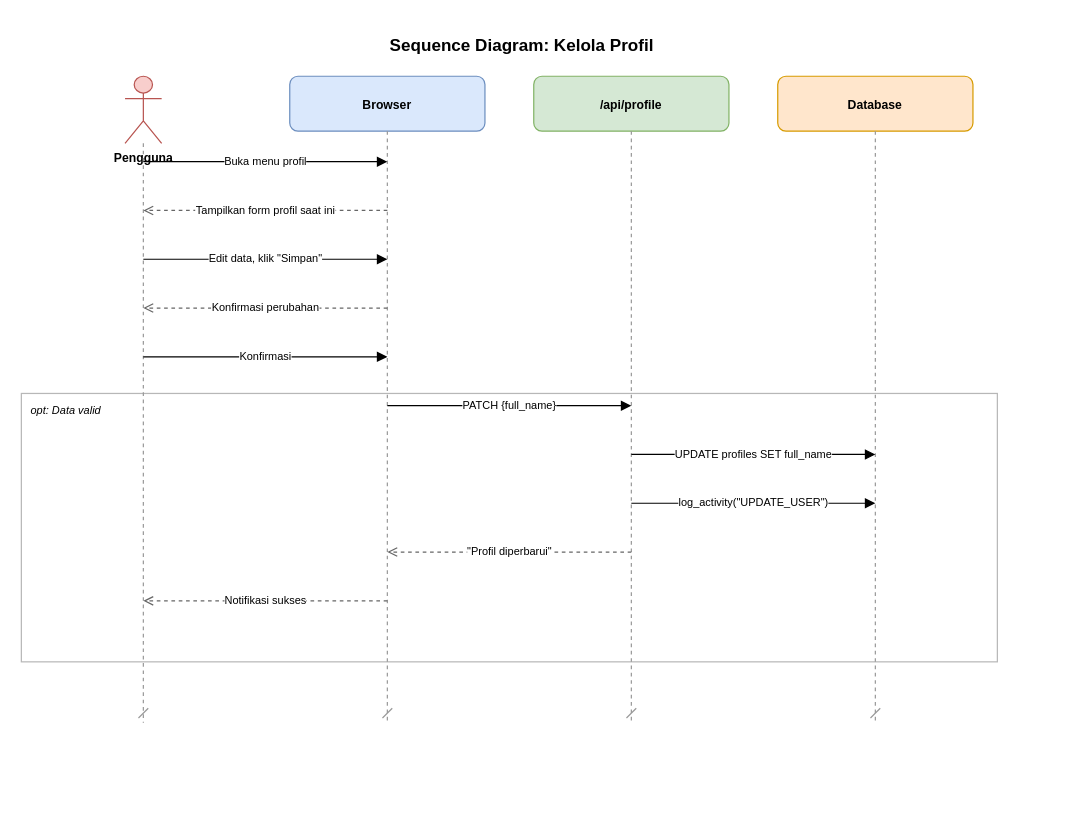
This is docs/diagrams/sequence/05-sq-kelola-profil.drawio from RyanGLoomy/terminal-iwkbu, a draw.io file, before an edit. Source tidied: cells renumbered, new cells numbered last; positions are measured from the earlier drawing's top-left corner, leaving out a move shared by most shapes. Both pictures are drawn from the tidied source at 122%, with x=0, y=0 at pixel (21, 27).
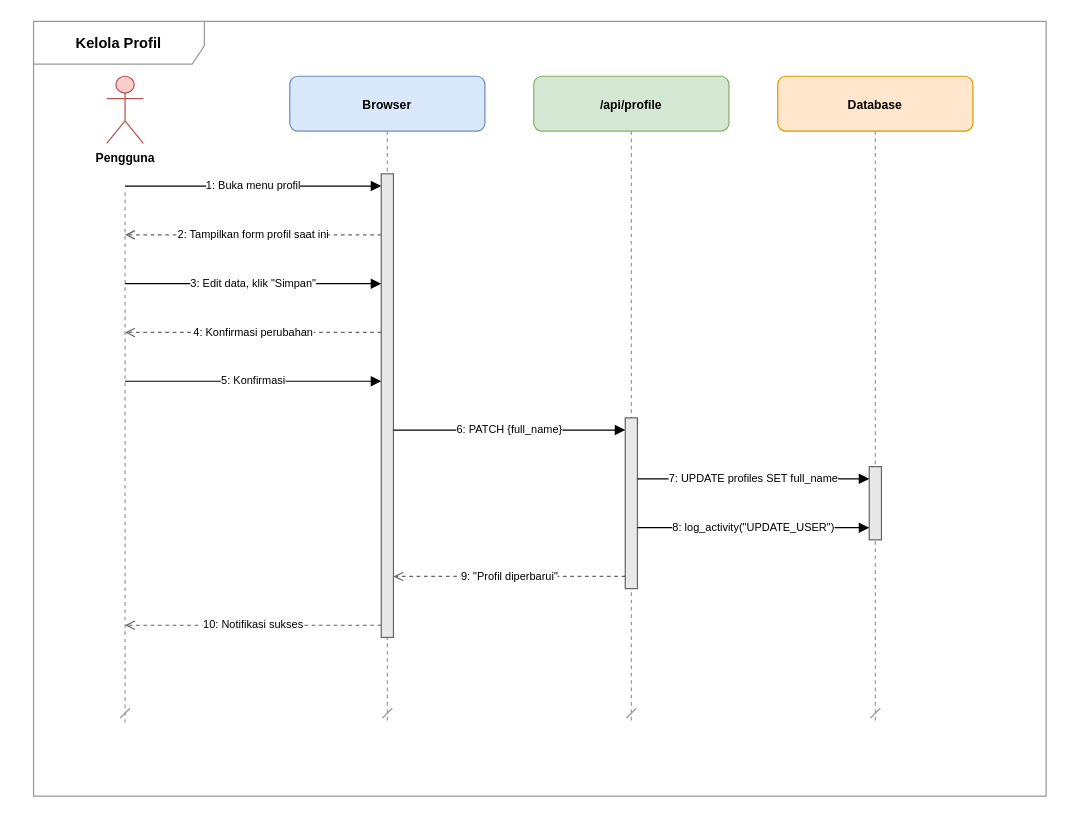
The same page after the edit.

The edit, as a diff of the source:
```diff
@@
-    <mxCell id="2" value="Sequence Diagram: Kelola Profil" style="text;html=1;align=center;verticalAlign=middle;fontSize=14;fontStyle=1;strokeColor=none;fillColor=none;" parent="1" vertex="1">
-      <mxGeometry x="40" width="740" height="30" as="geometry" />
-    </mxCell>
+    <mxCell id="22" value="Kelola Profil" style="shape=umlFrame;whiteSpace=wrap;html=1;fillColor=none;strokeColor=#999999;fontSize=12;fontStyle=1;lightOpacity=50;tabWidth=140;tabHeight=22;width=140;height=35;" parent="1" vertex="1">
+      <mxGeometry x="10" y="-5" width="830" height="635" as="geometry" />
+    </mxCell>
     <mxCell id="3" value="Pengguna" style="shape=umlActor;verticalLabelPosition=bottom;verticalAlign=top;html=1;fillColor=#f8cecc;strokeColor=#b85450;fontStyle=1;fontSize=10;" parent="1" vertex="1">
-      <mxGeometry x="85" y="40" width="30" height="55" as="geometry" />
+      <mxGeometry x="70" y="40" width="30" height="55" as="geometry" />
     </mxCell>
     <mxCell id="4" style="endArrow=dash;dashed=1;html=1;strokeWidth=1;strokeColor=#999999;" parent="1" edge="1">
       <mxGeometry relative="1" as="geometry">
-        <mxPoint x="100" y="95" as="sourcePoint" />
-        <mxPoint x="100" y="570" as="targetPoint" />
+        <mxPoint x="85" y="135" as="sourcePoint" />
+        <mxPoint x="85" y="570" as="targetPoint" />
       </mxGeometry>
     </mxCell>
@@
-    <mxCell id="11" value="opt: Data valid" style="rounded=0;whiteSpace=wrap;html=1;fillColor=none;strokeColor=#999999;dashed=0;verticalAlign=top;align=left;spacingTop=2;spacingLeft=6;fontSize=9;fontStyle=2;opacity=70;" parent="1" vertex="1">
-      <mxGeometry y="300" width="800" height="220" as="geometry" />
-    </mxCell>
+    <mxCell id="23" style="rounded=0;whiteSpace=wrap;html=1;fillColor=#e8e8e8;strokeColor=#666666;strokeWidth=1;" parent="1" vertex="1">
+      <mxGeometry x="295" y="120" width="10" height="380" as="geometry" />
+    </mxCell>
+    <mxCell id="24" style="rounded=0;whiteSpace=wrap;html=1;fillColor=#e8e8e8;strokeColor=#666666;strokeWidth=1;" parent="1" vertex="1">
+      <mxGeometry x="495" y="320" width="10" height="140" as="geometry" />
+    </mxCell>
+    <mxCell id="25" style="rounded=0;whiteSpace=wrap;html=1;fillColor=#e8e8e8;strokeColor=#666666;strokeWidth=1;" parent="1" vertex="1">
+      <mxGeometry x="695" y="360" width="10" height="60" as="geometry" />
+    </mxCell>
-    <mxCell id="12" value="Buka menu profil" style="endArrow=block;endFill=1;html=1;fontSize=9;" parent="1" edge="1">
+    <mxCell id="12" value="1: Buka menu profil" style="endArrow=block;endFill=1;html=1;fontSize=9;" parent="1" edge="1">
       <mxGeometry relative="1" as="geometry">
-        <mxPoint x="100" y="110" as="sourcePoint" />
-        <mxPoint x="300" y="110" as="targetPoint" />
+        <mxPoint x="85" y="130" as="sourcePoint" />
+        <mxPoint x="295" y="130" as="targetPoint" />
       </mxGeometry>
     </mxCell>
-    <mxCell id="13" value="Tampilkan form profil saat ini" style="endArrow=open;endFill=0;dashed=1;html=1;fontSize=9;strokeColor=#666666;" parent="1" edge="1">
+    <mxCell id="13" value="2: Tampilkan form profil saat ini" style="endArrow=open;endFill=0;dashed=1;html=1;fontSize=9;strokeColor=#666666;" parent="1" edge="1">
       <mxGeometry relative="1" as="geometry">
-        <mxPoint x="300" y="150" as="sourcePoint" />
-        <mxPoint x="100" y="150" as="targetPoint" />
+        <mxPoint x="295" y="170" as="sourcePoint" />
+        <mxPoint x="85" y="170" as="targetPoint" />
       </mxGeometry>
     </mxCell>
-    <mxCell id="14" value="Edit data, klik &quot;Simpan&quot;" style="endArrow=block;endFill=1;html=1;fontSize=9;" parent="1" edge="1">
+    <mxCell id="14" value="3: Edit data, klik &quot;Simpan&quot;" style="endArrow=block;endFill=1;html=1;fontSize=9;" parent="1" edge="1">
       <mxGeometry relative="1" as="geometry">
-        <mxPoint x="100" y="190" as="sourcePoint" />
-        <mxPoint x="300" y="190" as="targetPoint" />
+        <mxPoint x="85" y="210" as="sourcePoint" />
+        <mxPoint x="295" y="210" as="targetPoint" />
       </mxGeometry>
     </mxCell>
-    <mxCell id="15" value="Konfirmasi perubahan" style="endArrow=open;endFill=0;dashed=1;html=1;fontSize=9;strokeColor=#666666;" parent="1" edge="1">
+    <mxCell id="15" value="4: Konfirmasi perubahan" style="endArrow=open;endFill=0;dashed=1;html=1;fontSize=9;strokeColor=#666666;" parent="1" edge="1">
       <mxGeometry relative="1" as="geometry">
-        <mxPoint x="300" y="230" as="sourcePoint" />
-        <mxPoint x="100" y="230" as="targetPoint" />
+        <mxPoint x="295" y="250" as="sourcePoint" />
+        <mxPoint x="85" y="250" as="targetPoint" />
       </mxGeometry>
     </mxCell>
-    <mxCell id="16" value="Konfirmasi" style="endArrow=block;endFill=1;html=1;fontSize=9;" parent="1" edge="1">
+    <mxCell id="16" value="5: Konfirmasi" style="endArrow=block;endFill=1;html=1;fontSize=9;" parent="1" edge="1">
       <mxGeometry relative="1" as="geometry">
-        <mxPoint x="100" y="270" as="sourcePoint" />
-        <mxPoint x="300" y="270" as="targetPoint" />
+        <mxPoint x="85" y="290" as="sourcePoint" />
+        <mxPoint x="295" y="290" as="targetPoint" />
       </mxGeometry>
     </mxCell>
-    <mxCell id="17" value="PATCH {full_name}" style="endArrow=block;endFill=1;html=1;fontSize=9;" parent="1" edge="1">
+    <mxCell id="17" value="6: PATCH {full_name}" style="endArrow=block;endFill=1;html=1;fontSize=9;" parent="1" edge="1">
       <mxGeometry relative="1" as="geometry">
-        <mxPoint x="300" y="310" as="sourcePoint" />
-        <mxPoint x="500" y="310" as="targetPoint" />
+        <mxPoint x="305" y="330" as="sourcePoint" />
+        <mxPoint x="495" y="330" as="targetPoint" />
       </mxGeometry>
     </mxCell>
-    <mxCell id="18" value="UPDATE profiles SET full_name" style="endArrow=block;endFill=1;html=1;fontSize=9;" parent="1" edge="1">
+    <mxCell id="18" value="7: UPDATE profiles SET full_name" style="endArrow=block;endFill=1;html=1;fontSize=9;" parent="1" edge="1">
       <mxGeometry relative="1" as="geometry">
-        <mxPoint x="500" y="350" as="sourcePoint" />
-        <mxPoint x="700" y="350" as="targetPoint" />
+        <mxPoint x="505" y="370" as="sourcePoint" />
+        <mxPoint x="695" y="370" as="targetPoint" />
       </mxGeometry>
     </mxCell>
-    <mxCell id="19" value="log_activity(&quot;UPDATE_USER&quot;)" style="endArrow=block;endFill=1;html=1;fontSize=9;" parent="1" edge="1">
+    <mxCell id="19" value="8: log_activity(&quot;UPDATE_USER&quot;)" style="endArrow=block;endFill=1;html=1;fontSize=9;" parent="1" edge="1">
       <mxGeometry relative="1" as="geometry">
-        <mxPoint x="500" y="390" as="sourcePoint" />
-        <mxPoint x="700" y="390" as="targetPoint" />
+        <mxPoint x="505" y="410" as="sourcePoint" />
+        <mxPoint x="695" y="410" as="targetPoint" />
       </mxGeometry>
     </mxCell>
-    <mxCell id="20" value="&quot;Profil diperbarui&quot;" style="endArrow=open;endFill=0;dashed=1;html=1;fontSize=9;strokeColor=#666666;" parent="1" edge="1">
+    <mxCell id="20" value="9: &quot;Profil diperbarui&quot;" style="endArrow=open;endFill=0;dashed=1;html=1;fontSize=9;strokeColor=#666666;" parent="1" edge="1">
       <mxGeometry relative="1" as="geometry">
-        <mxPoint x="500" y="430" as="sourcePoint" />
-        <mxPoint x="300" y="430" as="targetPoint" />
+        <mxPoint x="495" y="450" as="sourcePoint" />
+        <mxPoint x="305" y="450" as="targetPoint" />
       </mxGeometry>
     </mxCell>
-    <mxCell id="21" value="Notifikasi sukses" style="endArrow=open;endFill=0;dashed=1;html=1;fontSize=9;strokeColor=#666666;" parent="1" edge="1">
+    <mxCell id="21" value="10: Notifikasi sukses" style="endArrow=open;endFill=0;dashed=1;html=1;fontSize=9;strokeColor=#666666;" parent="1" edge="1">
       <mxGeometry relative="1" as="geometry">
-        <mxPoint x="300" y="470" as="sourcePoint" />
-        <mxPoint x="100" y="470" as="targetPoint" />
+        <mxPoint x="295" y="490" as="sourcePoint" />
+        <mxPoint x="85" y="490" as="targetPoint" />
       </mxGeometry>
     </mxCell>
```
